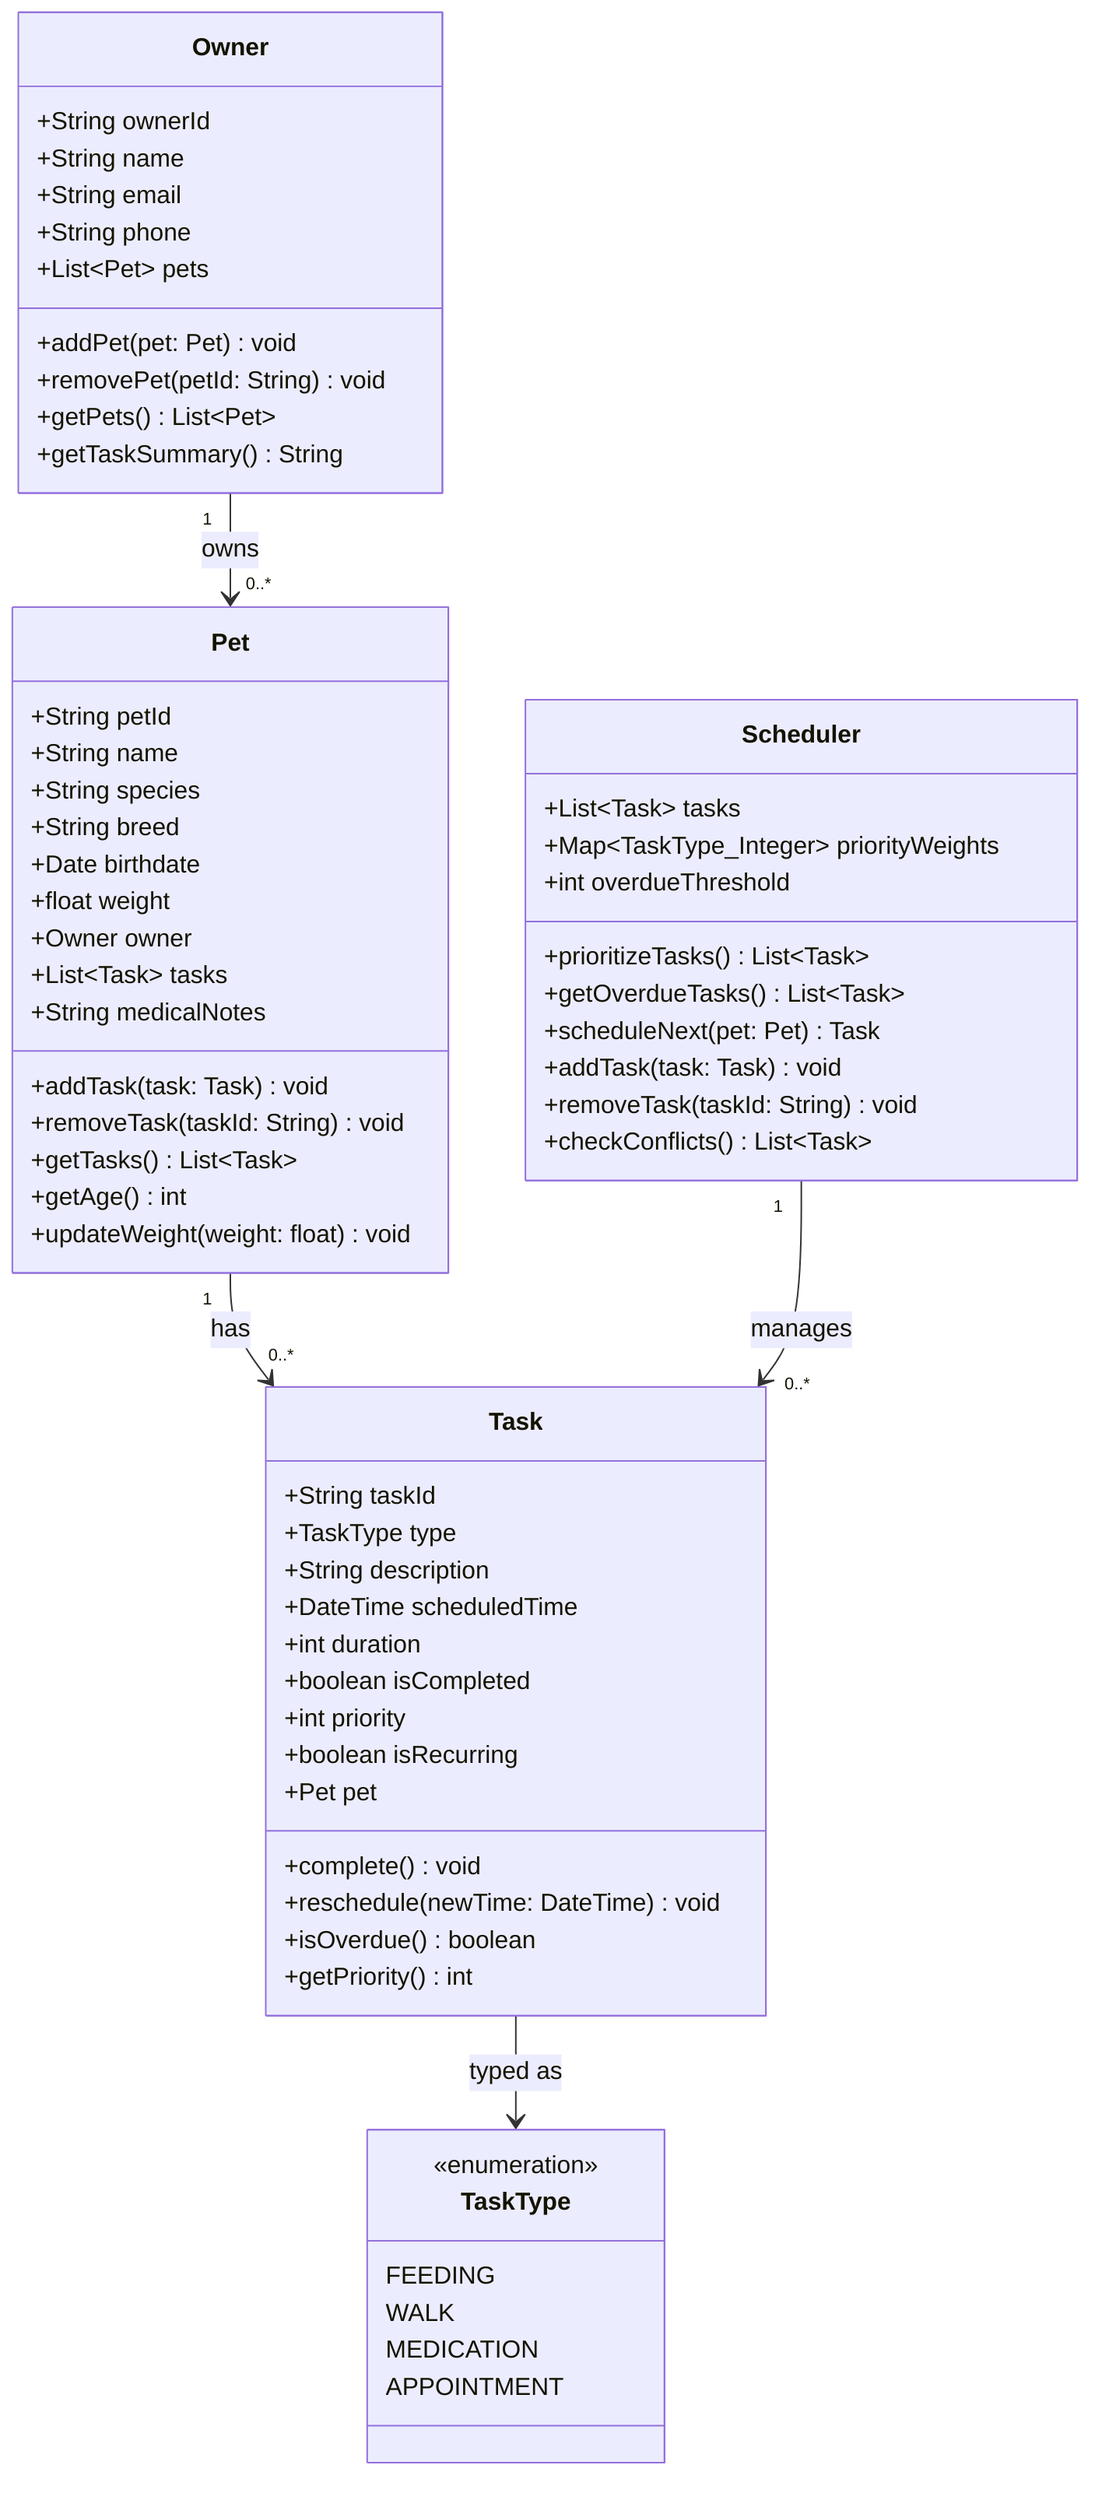
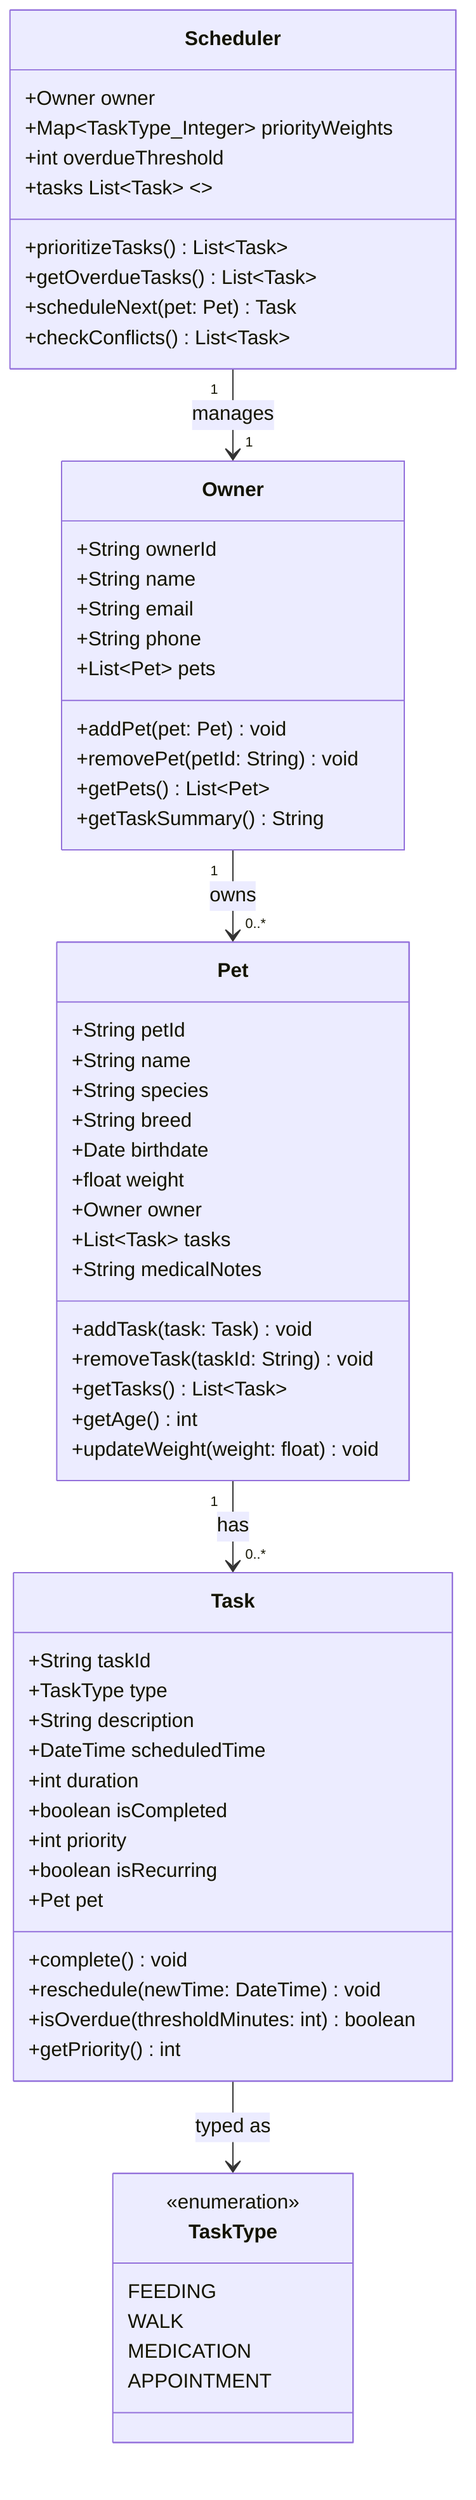
classDiagram
    %% Keep this file updated so it matches your final implementation.

    class Owner {
        +String ownerId
        +String name
        +String email
        +String phone
        +List~Pet~ pets
        +addPet(pet: Pet) void
        +removePet(petId: String) void
        +getPets() List~Pet~
        +getTaskSummary() String
    }

    class Pet {
        +String petId
        +String name
        +String species
        +String breed
        +Date birthdate
        +float weight
        +Owner owner
        +List~Task~ tasks
        +String medicalNotes
        +addTask(task: Task) void
        +removeTask(taskId: String) void
        +getTasks() List~Task~
        +getAge() int
        +updateWeight(weight: float) void
    }

    class Task {
        +String taskId
        +TaskType type
        +String description
        +DateTime scheduledTime
        +int duration
        +boolean isCompleted
        +int priority
        +boolean isRecurring
        +Pet pet
        +complete() void
        +reschedule(newTime: DateTime) void
-         +isOverdue() boolean
+         +isOverdue(thresholdMinutes: int) boolean
        +getPriority() int
    }

    class TaskType {
        <<enumeration>>
        FEEDING
        WALK
        MEDICATION
        APPOINTMENT
    }

    class Scheduler {
-         +List~Task~ tasks
+         +Owner owner
        +Map~TaskType_Integer~ priorityWeights
        +int overdueThreshold
+         +tasks List~Task~ <<derived from owner.pets>>
        +prioritizeTasks() List~Task~
        +getOverdueTasks() List~Task~
        +scheduleNext(pet: Pet) Task
-         +addTask(task: Task) void
-         +removeTask(taskId: String) void
        +checkConflicts() List~Task~
    }

    Owner "1" --> "0..*" Pet : owns
    Pet "1" --> "0..*" Task : has
    Task --> TaskType : typed as
-     Scheduler "1" --> "0..*" Task : manages
+     Scheduler "1" --> "1" Owner : manages
